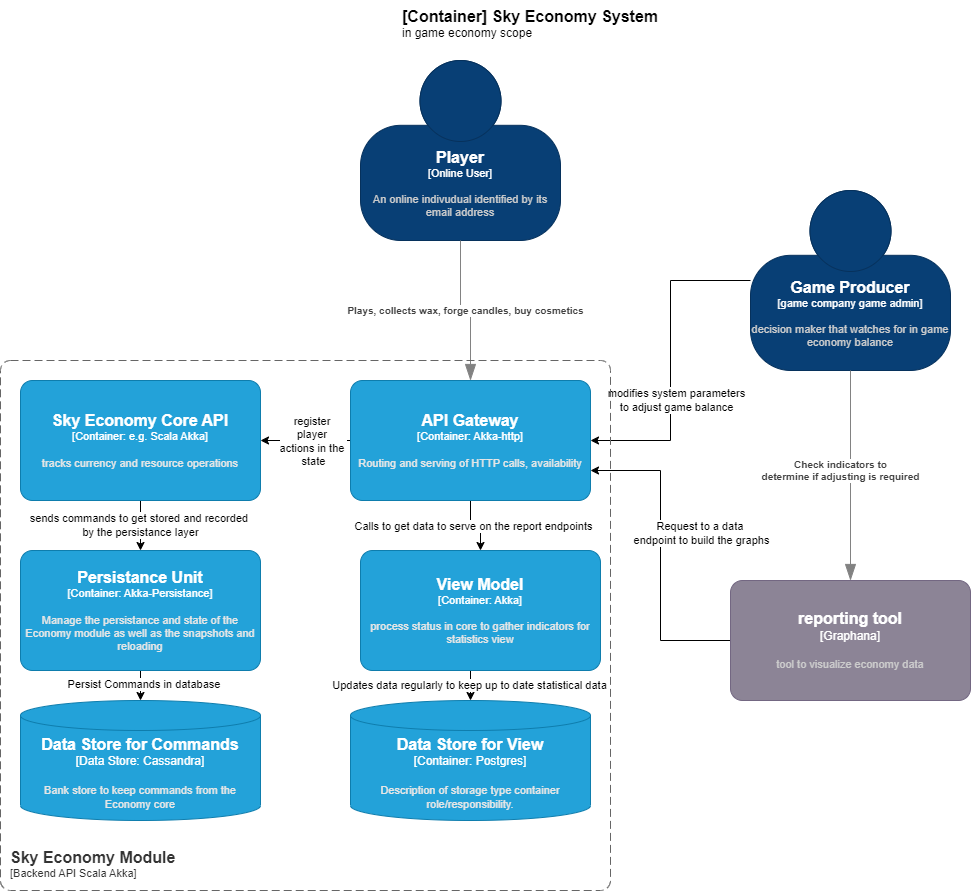
This is docs/sky-economy-system_container.drawio.png from RicardoMarcel12/sky-economy-module, a draw.io export, as it was before one commit. Source tidied: cells renumbered, new cells last; positions are measured from the earlier drawing's top-left corner, leaving out a move shared by most shapes.
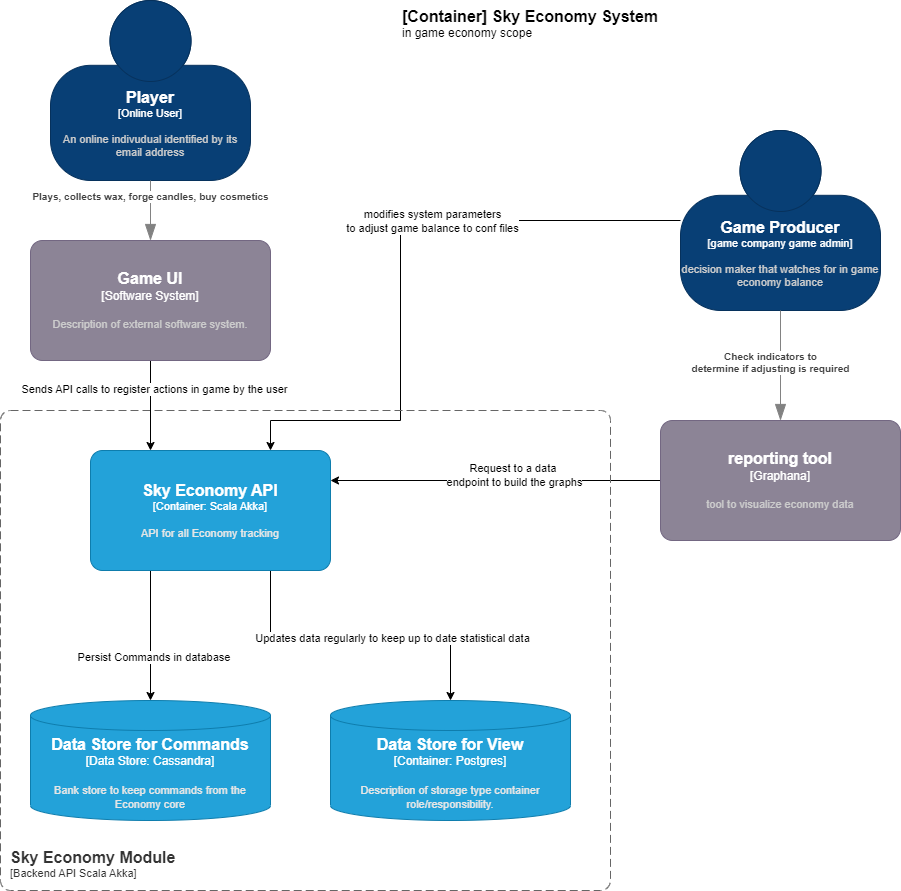
The same diagram one commit later.

The edit, as a diff of the source:
```diff
@@ -4,20 +4,26 @@
     <mxCell id="1" parent="0" />
     <object id="2" label="&lt;font style=&quot;font-size: 16px&quot;&gt;&lt;b&gt;%c4Name%&lt;/b&gt;&lt;/font&gt;&lt;div&gt;[%c4Type%]&lt;/div&gt;&lt;br&gt;&lt;div&gt;&lt;font style=&quot;font-size: 11px&quot;&gt;&lt;font color=&quot;#cccccc&quot;&gt;%c4Description%&lt;/font&gt;&lt;/div&gt;" c4Description="An online indivudual identified by its email address" c4Name="Player" c4Type="Online User" placeholders="1">
       <mxCell style="html=1;fontSize=11;dashed=0;whiteSpace=wrap;fillColor=#083F75;strokeColor=#06315C;fontColor=#ffffff;shape=mxgraph.c4.person2;align=center;points=[[0.5,0,0],[1,0.5,0],[1,0.75,0],[0.75,1,0],[0.5,1,0],[0.25,1,0],[0,0.75,0],[0,0.5,0]];" parent="1" vertex="1">
-        <mxGeometry x="360" y="60" width="200" height="180" as="geometry" />
+        <mxGeometry x="50" width="200" height="180" as="geometry" />
       </mxCell>
     </object>
-    <mxCell id="3" style="edgeStyle=orthogonalEdgeStyle;rounded=0;jettySize=auto;html=1;entryX=1;entryY=0.5;entryDx=0;entryDy=0;entryPerimeter=0;" parent="1" edge="1" source="5" target="23">
-      <mxGeometry relative="1" as="geometry" />
+    <mxCell id="3" style="edgeStyle=orthogonalEdgeStyle;rounded=0;jettySize=auto;html=1;entryX=0.75;entryY=0;entryDx=0;entryDy=0;entryPerimeter=0;" parent="1" edge="1" source="5" target="29">
+      <mxGeometry relative="1" as="geometry">
+        <Array as="points">
+          <mxPoint x="400" y="220" />
+          <mxPoint x="400" y="420" />
+          <mxPoint x="270" y="420" />
+        </Array>
+      </mxGeometry>
     </mxCell>
-    <mxCell id="4" value="modifies system parameters &lt;br&gt;to adjust game balance" style="edgeLabel;html=1;align=center;verticalAlign=middle;" parent="3" vertex="1">
+    <mxCell id="4" value="modifies system parameters &lt;br&gt;to adjust game balance to conf files" style="edgeLabel;html=1;align=center;verticalAlign=middle;" parent="3" vertex="1">
       <mxGeometry x="-0.17" relative="1" as="geometry">
-        <mxPoint x="5" y="66" as="offset" />
+        <mxPoint x="17" as="offset" />
       </mxGeometry>
     </mxCell>
     <object id="5" label="&lt;font style=&quot;font-size: 16px&quot;&gt;&lt;b&gt;%c4Name%&lt;/b&gt;&lt;/font&gt;&lt;div&gt;[%c4Type%]&lt;/div&gt;&lt;br&gt;&lt;div&gt;&lt;font style=&quot;font-size: 11px&quot;&gt;&lt;font color=&quot;#cccccc&quot;&gt;%c4Description%&lt;/font&gt;&lt;/div&gt;" c4Description="decision maker that watches for in game economy balance" c4Name="Game Producer" c4Type="game company game admin" placeholders="1">
       <mxCell style="html=1;fontSize=11;dashed=0;whiteSpace=wrap;fillColor=#083F75;strokeColor=#06315C;fontColor=#ffffff;shape=mxgraph.c4.person2;align=center;points=[[0.5,0,0],[1,0.5,0],[1,0.75,0],[0.75,1,0],[0.5,1,0],[0.25,1,0],[0,0.75,0],[0,0.5,0]];" parent="1" vertex="1">
-        <mxGeometry x="750" y="190" width="200" height="180" as="geometry" />
+        <mxGeometry x="680" y="130" width="200" height="180" as="geometry" />
       </mxCell>
     </object>
     <object id="6" label="&lt;font style=&quot;font-size: 16px&quot;&gt;&lt;b&gt;&lt;div style=&quot;text-align: left&quot;&gt;%c4Name%&lt;/div&gt;&lt;/b&gt;&lt;/font&gt;&lt;div style=&quot;text-align: left&quot;&gt;%c4Description%&lt;/div&gt;" c4Description="in game economy scope" c4Name="[Container] Sky Economy System" c4Type="ContainerScopeBoundary" placeholders="1">
@@ -25,7 +31,7 @@
         <mxGeometry x="400" width="420" height="40" as="geometry" />
       </mxCell>
     </object>
-    <mxCell id="7" style="edgeStyle=orthogonalEdgeStyle;rounded=0;jettySize=auto;html=1;exitX=0;exitY=0.5;exitDx=0;exitDy=0;exitPerimeter=0;entryX=1;entryY=0.75;entryDx=0;entryDy=0;entryPerimeter=0;" parent="1" edge="1" source="9" target="23">
+    <mxCell id="7" style="edgeStyle=orthogonalEdgeStyle;rounded=0;jettySize=auto;html=1;exitX=0;exitY=0.5;exitDx=0;exitDy=0;exitPerimeter=0;entryX=1;entryY=0.25;entryDx=0;entryDy=0;entryPerimeter=0;" parent="1" edge="1" source="9" target="29">
       <mxGeometry relative="1" as="geometry" />
     </mxCell>
     <mxCell id="8" value="Request to a data&amp;nbsp;&lt;br&gt;endpoint to build the graphs" style="edgeLabel;html=1;align=center;verticalAlign=middle;" parent="7" vertex="1">
@@ -35,12 +41,12 @@
     </mxCell>
     <object id="9" label="&lt;font style=&quot;font-size: 16px&quot;&gt;&lt;b&gt;%c4Name%&lt;/b&gt;&lt;/font&gt;&lt;div&gt;[%c4Type%]&lt;/div&gt;&lt;br&gt;&lt;div&gt;&lt;font style=&quot;font-size: 11px&quot;&gt;&lt;font color=&quot;#cccccc&quot;&gt;%c4Description%&lt;/font&gt;&lt;/div&gt;" c4Description="tool to visualize economy data " c4Name="reporting tool" c4Type="Graphana" placeholders="1">
       <mxCell style="rounded=1;whiteSpace=wrap;html=1;labelBackgroundColor=none;fillColor=#8C8496;fontColor=#ffffff;align=center;arcSize=10;strokeColor=#736782;points=[[0.25,0,0],[0.5,0,0],[0.75,0,0],[1,0.25,0],[1,0.5,0],[1,0.75,0],[0.75,1,0],[0.5,1,0],[0.25,1,0],[0,0.75,0],[0,0.5,0],[0,0.25,0]];" parent="1" vertex="1">
-        <mxGeometry x="730" y="580" width="240" height="120" as="geometry" />
+        <mxGeometry x="660" y="420" width="240" height="120" as="geometry" />
       </mxCell>
     </object>
     <object id="10" label="&lt;div style=&quot;text-align: left&quot;&gt;&lt;div style=&quot;text-align: center&quot;&gt;&lt;b&gt;%c4Description%&lt;/b&gt;&lt;/div&gt;" c4Description="Plays, collects wax, forge candles, buy cosmetics" c4Type="Relationship" placeholders="1">
-      <mxCell style="endArrow=blockThin;html=1;fontSize=10;fontColor=#404040;strokeWidth=1;endFill=1;strokeColor=#828282;elbow=vertical;endSize=14;startSize=14;jumpStyle=arc;jumpSize=16;rounded=0;edgeStyle=orthogonalEdgeStyle;exitX=0.5;exitY=1;exitDx=0;exitDy=0;exitPerimeter=0;entryX=0.5;entryY=0;entryDx=0;entryDy=0;entryPerimeter=0;" parent="1" edge="1" source="2" target="23">
-        <mxGeometry relative="1" as="geometry" />
+      <mxCell style="endArrow=blockThin;html=1;fontSize=10;fontColor=#404040;strokeWidth=1;endFill=1;strokeColor=#828282;elbow=vertical;endSize=14;startSize=14;jumpStyle=arc;jumpSize=16;rounded=0;edgeStyle=orthogonalEdgeStyle;exitX=0.5;exitY=1;exitDx=0;exitDy=0;exitPerimeter=0;" parent="1" edge="1" source="2" target="32">
+        <mxGeometry x="-0.47" relative="1" as="geometry" />
       </mxCell>
     </object>
     <object id="11" label="&lt;div style=&quot;text-align: left&quot;&gt;&lt;div style=&quot;text-align: center&quot;&gt;&lt;b&gt;%c4Description%&lt;/b&gt;&lt;/div&gt;" c4Description="Check indicators to &#10;determine if adjusting is required" c4Type="Relationship" placeholders="1">
@@ -50,68 +56,70 @@
     </object>
     <object id="12" label="&lt;font style=&quot;font-size: 16px&quot;&gt;&lt;b&gt;&lt;div style=&quot;text-align: left&quot;&gt;%c4Name%&lt;/div&gt;&lt;/b&gt;&lt;/font&gt;&lt;div style=&quot;text-align: left&quot;&gt;[%c4Application%]&lt;/div&gt;" c4Application="Backend API Scala Akka" c4Name="Sky Economy Module" c4Type="SystemScopeBoundary" placeholders="1">
       <mxCell style="rounded=1;fontSize=11;whiteSpace=wrap;html=1;dashed=1;arcSize=20;fillColor=none;strokeColor=#666666;fontColor=#333333;labelBackgroundColor=none;align=left;verticalAlign=bottom;labelBorderColor=none;spacingTop=0;spacing=10;dashPattern=8 4;perimeter=rectanglePerimeter;noLabel=0;labelPadding=0;absoluteArcSize=1;" parent="1" vertex="1">
-        <mxGeometry y="360" width="610" height="530" as="geometry" />
+        <mxGeometry y="410" width="610" height="480" as="geometry" />
       </mxCell>
     </object>
-    <mxCell id="13" style="edgeStyle=orthogonalEdgeStyle;rounded=0;jettySize=auto;html=1;exitX=0.5;exitY=1;exitDx=0;exitDy=0;exitPerimeter=0;entryX=0.5;entryY=0;entryDx=0;entryDy=0;entryPerimeter=0;" parent="1" edge="1" source="15" target="18">
-      <mxGeometry relative="1" as="geometry" />
+    <mxCell id="13" style="edgeStyle=orthogonalEdgeStyle;rounded=0;orthogonalLoop=1;jettySize=auto;html=1;exitX=0.5;exitY=1;exitDx=0;exitDy=0;exitPerimeter=0;entryX=0.5;entryY=0;entryDx=0;entryDy=0;entryPerimeter=0;" parent="1" edge="1">
+      <mxGeometry relative="1" as="geometry">
+        <mxPoint x="140" y="500" as="sourcePoint" />
+      </mxGeometry>
     </mxCell>
     <mxCell id="14" value="sends commands to get stored and recorded&amp;nbsp;&lt;br&gt;by the persistance layer" style="edgeLabel;html=1;align=center;verticalAlign=middle;" parent="13" vertex="1">
       <mxGeometry x="-0.04" y="-1" relative="1" as="geometry" />
     </mxCell>
-    <object id="15" label="&lt;font style=&quot;font-size: 16px&quot;&gt;&lt;b&gt;%c4Name%&lt;/b&gt;&lt;/font&gt;&lt;div&gt;[%c4Type%: %c4Technology%]&lt;/div&gt;&lt;br&gt;&lt;div&gt;&lt;font style=&quot;font-size: 11px&quot;&gt;&lt;font color=&quot;#E6E6E6&quot;&gt;%c4Description%&lt;/font&gt;&lt;/div&gt;" c4Description="tracks currency and resource operations " c4Name="Sky Economy Core API" c4Technology="e.g. Scala Akka" c4Type="Container" placeholders="1">
-      <mxCell style="rounded=1;whiteSpace=wrap;html=1;fontSize=11;labelBackgroundColor=none;fillColor=#23A2D9;fontColor=#ffffff;align=center;arcSize=10;strokeColor=#0E7DAD;points=[[0.25,0,0],[0.5,0,0],[0.75,0,0],[1,0.25,0],[1,0.5,0],[1,0.75,0],[0.75,1,0],[0.5,1,0],[0.25,1,0],[0,0.75,0],[0,0.5,0],[0,0.25,0]];" parent="1" vertex="1">
-        <mxGeometry x="20" y="380" width="240" height="120" as="geometry" />
-      </mxCell>
-    </object>
-    <mxCell id="16" style="edgeStyle=orthogonalEdgeStyle;rounded=0;jettySize=auto;html=1;exitX=0.5;exitY=1;exitDx=0;exitDy=0;exitPerimeter=0;" parent="1" edge="1" source="18" target="27">
+    <mxCell id="16" style="edgeStyle=orthogonalEdgeStyle;rounded=0;jettySize=auto;html=1;exitX=0.25;exitY=1;exitDx=0;exitDy=0;exitPerimeter=0;" parent="1" edge="1" source="29" target="27">
       <mxGeometry relative="1" as="geometry" />
     </mxCell>
     <mxCell id="17" value="Persist Commands in database&amp;nbsp;" style="edgeLabel;html=1;align=center;verticalAlign=middle;" parent="16" vertex="1">
       <mxGeometry x="0.32" y="4" relative="1" as="geometry" />
     </mxCell>
-    <object id="18" label="&lt;font style=&quot;font-size: 16px&quot;&gt;&lt;b&gt;%c4Name%&lt;/b&gt;&lt;/font&gt;&lt;div&gt;[%c4Type%: %c4Technology%]&lt;/div&gt;&lt;br&gt;&lt;div&gt;&lt;font style=&quot;font-size: 11px&quot;&gt;&lt;font color=&quot;#E6E6E6&quot;&gt;%c4Description%&lt;/font&gt;&lt;/div&gt;" c4Description="Manage the persistance and state of the Economy module as well as the snapshots and reloading" c4Name="Persistance Unit" c4Technology="Akka-Persistance" c4Type="Container" placeholders="1">
-      <mxCell style="rounded=1;whiteSpace=wrap;html=1;fontSize=11;labelBackgroundColor=none;fillColor=#23A2D9;fontColor=#ffffff;align=center;arcSize=10;strokeColor=#0E7DAD;points=[[0.25,0,0],[0.5,0,0],[0.75,0,0],[1,0.25,0],[1,0.5,0],[1,0.75,0],[0.75,1,0],[0.5,1,0],[0.25,1,0],[0,0.75,0],[0,0.5,0],[0,0.25,0]];" parent="1" vertex="1">
-        <mxGeometry x="20" y="550" width="240" height="120" as="geometry" />
-      </mxCell>
-    </object>
-    <mxCell id="19" style="edgeStyle=orthogonalEdgeStyle;rounded=0;jettySize=auto;html=1;exitX=0.5;exitY=1;exitDx=0;exitDy=0;exitPerimeter=0;entryX=0.5;entryY=0;entryDx=0;entryDy=0;entryPerimeter=0;" parent="1" edge="1" source="23" target="26">
-      <mxGeometry relative="1" as="geometry" />
+    <mxCell id="19" style="edgeStyle=orthogonalEdgeStyle;rounded=0;orthogonalLoop=1;jettySize=auto;html=1;exitX=0.5;exitY=1;exitDx=0;exitDy=0;exitPerimeter=0;entryX=0.5;entryY=0;entryDx=0;entryDy=0;entryPerimeter=0;" parent="1" edge="1">
+      <mxGeometry relative="1" as="geometry">
+        <mxPoint x="470" y="500" as="sourcePoint" />
+      </mxGeometry>
     </mxCell>
     <mxCell id="20" value="Calls to get data to serve on the report endpoints" style="edgeLabel;html=1;align=center;verticalAlign=middle;" parent="19" vertex="1">
       <mxGeometry x="-0.1" relative="1" as="geometry" />
     </mxCell>
-    <mxCell id="21" style="edgeStyle=orthogonalEdgeStyle;rounded=0;jettySize=auto;html=1;exitX=0;exitY=0.5;exitDx=0;exitDy=0;exitPerimeter=0;entryX=1;entryY=0.5;entryDx=0;entryDy=0;entryPerimeter=0;" parent="1" edge="1" source="23" target="15">
-      <mxGeometry relative="1" as="geometry" />
+    <mxCell id="21" style="edgeStyle=orthogonalEdgeStyle;rounded=0;orthogonalLoop=1;jettySize=auto;html=1;exitX=0;exitY=0.5;exitDx=0;exitDy=0;exitPerimeter=0;entryX=1;entryY=0.5;entryDx=0;entryDy=0;entryPerimeter=0;" parent="1" edge="1">
+      <mxGeometry relative="1" as="geometry">
+        <mxPoint x="260" y="440" as="targetPoint" />
+      </mxGeometry>
     </mxCell>
     <mxCell id="22" value="register&amp;nbsp;&lt;br&gt;player&amp;nbsp;&lt;br&gt;actions in the&amp;nbsp;&lt;br&gt;state" style="edgeLabel;html=1;align=center;verticalAlign=middle;" parent="21" vertex="1">
       <mxGeometry x="-0.16" relative="1" as="geometry" />
     </mxCell>
-    <object id="23" label="&lt;font style=&quot;font-size: 16px&quot;&gt;&lt;b&gt;%c4Name%&lt;/b&gt;&lt;/font&gt;&lt;div&gt;[%c4Type%: %c4Technology%]&lt;/div&gt;&lt;br&gt;&lt;div&gt;&lt;font style=&quot;font-size: 11px&quot;&gt;&lt;font color=&quot;#E6E6E6&quot;&gt;%c4Description%&lt;/font&gt;&lt;/div&gt;" c4Description="Routing and serving of HTTP calls, availability" c4Name="API Gateway" c4Technology="Akka-http" c4Type="Container" placeholders="1">
-      <mxCell style="rounded=1;whiteSpace=wrap;html=1;fontSize=11;labelBackgroundColor=none;fillColor=#23A2D9;fontColor=#ffffff;align=center;arcSize=10;strokeColor=#0E7DAD;points=[[0.25,0,0],[0.5,0,0],[0.75,0,0],[1,0.25,0],[1,0.5,0],[1,0.75,0],[0.75,1,0],[0.5,1,0],[0.25,1,0],[0,0.75,0],[0,0.5,0],[0,0.25,0]];" parent="1" vertex="1">
-        <mxGeometry x="350" y="380" width="240" height="120" as="geometry" />
-      </mxCell>
-    </object>
-    <mxCell id="24" style="edgeStyle=orthogonalEdgeStyle;rounded=0;jettySize=auto;html=1;exitX=0.5;exitY=1;exitDx=0;exitDy=0;exitPerimeter=0;entryX=0.5;entryY=0;entryDx=0;entryDy=0;entryPerimeter=0;" parent="1" edge="1" source="26" target="28">
+    <mxCell id="24" style="edgeStyle=orthogonalEdgeStyle;rounded=0;jettySize=auto;html=1;exitX=0.75;exitY=1;exitDx=0;exitDy=0;exitPerimeter=0;entryX=0.5;entryY=0;entryDx=0;entryDy=0;entryPerimeter=0;" parent="1" edge="1" source="29" target="28">
       <mxGeometry relative="1" as="geometry" />
     </mxCell>
     <mxCell id="25" value="Updates data regularly to keep up to date statistical data" style="edgeLabel;html=1;align=center;verticalAlign=middle;" parent="24" vertex="1">
       <mxGeometry x="0.2" y="-2" relative="1" as="geometry" />
     </mxCell>
-    <object id="26" label="&lt;font style=&quot;font-size: 16px&quot;&gt;&lt;b&gt;%c4Name%&lt;/b&gt;&lt;/font&gt;&lt;div&gt;[%c4Type%: %c4Technology%]&lt;/div&gt;&lt;br&gt;&lt;div&gt;&lt;font style=&quot;font-size: 11px&quot;&gt;&lt;font color=&quot;#E6E6E6&quot;&gt;%c4Description%&lt;/font&gt;&lt;/div&gt;" c4Description="process status in core to gather indicators for statistics view" c4Name="View Model" c4Technology="Akka" c4Type="Container" placeholders="1">
-      <mxCell style="rounded=1;whiteSpace=wrap;html=1;fontSize=11;labelBackgroundColor=none;fillColor=#23A2D9;fontColor=#ffffff;align=center;arcSize=10;strokeColor=#0E7DAD;points=[[0.25,0,0],[0.5,0,0],[0.75,0,0],[1,0.25,0],[1,0.5,0],[1,0.75,0],[0.75,1,0],[0.5,1,0],[0.25,1,0],[0,0.75,0],[0,0.5,0],[0,0.25,0]];" parent="1" vertex="1">
-        <mxGeometry x="360" y="550" width="240" height="120" as="geometry" />
-      </mxCell>
-    </object>
     <object id="27" label="&lt;font style=&quot;font-size: 16px&quot;&gt;&lt;b&gt;%c4Type%&lt;/b&gt;&lt;/font&gt;&lt;div&gt;[%c4Container%:&amp;nbsp;%c4Technology%]&lt;/div&gt;&lt;br&gt;&lt;div&gt;&lt;font style=&quot;font-size: 11px&quot;&gt;&lt;font color=&quot;#E6E6E6&quot;&gt;%c4Description%&lt;/font&gt;&lt;/div&gt;" c4Container="Data Store" c4Description="Bank store to keep commands from the Economy core" c4Technology="Cassandra" c4Type="Data Store for Commands" placeholders="1">
       <mxCell style="shape=cylinder3;size=15;whiteSpace=wrap;html=1;boundedLbl=1;rounded=0;labelBackgroundColor=none;fillColor=#23A2D9;fontSize=12;fontColor=#ffffff;align=center;strokeColor=#0E7DAD;points=[[0.5,0,0],[1,0.25,0],[1,0.5,0],[1,0.75,0],[0.5,1,0],[0,0.75,0],[0,0.5,0],[0,0.25,0]];" parent="1" vertex="1">
-        <mxGeometry x="20" y="700" width="240" height="120" as="geometry" />
+        <mxGeometry x="30" y="700" width="240" height="120" as="geometry" />
       </mxCell>
     </object>
     <object id="28" label="&lt;font style=&quot;font-size: 16px&quot;&gt;&lt;b&gt;%c4Type%&lt;/b&gt;&lt;/font&gt;&lt;div&gt;[%c4Container%:&amp;nbsp;%c4Technology%]&lt;/div&gt;&lt;br&gt;&lt;div&gt;&lt;font style=&quot;font-size: 11px&quot;&gt;&lt;font color=&quot;#E6E6E6&quot;&gt;%c4Description%&lt;/font&gt;&lt;/div&gt;" c4Container="Container" c4Description="Description of storage type container role/responsibility." c4Technology="Postgres" c4Type="Data Store for View" placeholders="1">
       <mxCell style="shape=cylinder3;size=15;whiteSpace=wrap;html=1;boundedLbl=1;rounded=0;labelBackgroundColor=none;fillColor=#23A2D9;fontSize=12;fontColor=#ffffff;align=center;strokeColor=#0E7DAD;points=[[0.5,0,0],[1,0.25,0],[1,0.5,0],[1,0.75,0],[0.5,1,0],[0,0.75,0],[0,0.5,0],[0,0.25,0]];" parent="1" vertex="1">
-        <mxGeometry x="350" y="700" width="240" height="120" as="geometry" />
+        <mxGeometry x="330" y="700" width="240" height="120" as="geometry" />
       </mxCell>
     </object>
+    <object id="29" label="&lt;font style=&quot;font-size: 16px&quot;&gt;&lt;b&gt;%c4Name%&lt;/b&gt;&lt;/font&gt;&lt;div&gt;[%c4Type%: %c4Technology%]&lt;/div&gt;&lt;br&gt;&lt;div&gt;&lt;font style=&quot;font-size: 11px&quot;&gt;&lt;font color=&quot;#E6E6E6&quot;&gt;%c4Description%&lt;/font&gt;&lt;/div&gt;" c4Description="API for all Economy tracking" c4Name="Sky Economy API" c4Technology="Scala Akka" c4Type="Container" placeholders="1">
+      <mxCell style="rounded=1;whiteSpace=wrap;html=1;fontSize=11;labelBackgroundColor=none;fillColor=#23A2D9;fontColor=#ffffff;align=center;arcSize=10;strokeColor=#0E7DAD;points=[[0.25,0,0],[0.5,0,0],[0.75,0,0],[1,0.25,0],[1,0.5,0],[1,0.75,0],[0.75,1,0],[0.5,1,0],[0.25,1,0],[0,0.75,0],[0,0.5,0],[0,0.25,0]];" parent="1" vertex="1">
+        <mxGeometry x="90" y="450" width="240" height="120" as="geometry" />
+      </mxCell>
+    </object>
+    <mxCell id="30" style="edgeStyle=orthogonalEdgeStyle;rounded=0;jettySize=auto;html=1;exitX=0.5;exitY=1;exitDx=0;exitDy=0;exitPerimeter=0;entryX=0.25;entryY=0;entryDx=0;entryDy=0;entryPerimeter=0;" parent="1" edge="1" source="32" target="29">
+      <mxGeometry relative="1" as="geometry" />
+    </mxCell>
+    <mxCell id="31" value="Sends API calls to register actions in game by the user" style="edgeLabel;html=1;align=center;verticalAlign=middle;" parent="30" vertex="1">
+      <mxGeometry x="-0.37" y="3" relative="1" as="geometry" />
+    </mxCell>
+    <object id="32" label="&lt;font style=&quot;font-size: 16px&quot;&gt;&lt;b&gt;%c4Name%&lt;/b&gt;&lt;/font&gt;&lt;div&gt;[%c4Type%]&lt;/div&gt;&lt;br&gt;&lt;div&gt;&lt;font style=&quot;font-size: 11px&quot;&gt;&lt;font color=&quot;#cccccc&quot;&gt;%c4Description%&lt;/font&gt;&lt;/div&gt;" c4Description="Description of external software system." c4Name="Game UI" c4Type="Software System" placeholders="1">
+      <mxCell style="rounded=1;whiteSpace=wrap;html=1;labelBackgroundColor=none;fillColor=#8C8496;fontColor=#ffffff;align=center;arcSize=10;strokeColor=#736782;points=[[0.25,0,0],[0.5,0,0],[0.75,0,0],[1,0.25,0],[1,0.5,0],[1,0.75,0],[0.75,1,0],[0.5,1,0],[0.25,1,0],[0,0.75,0],[0,0.5,0],[0,0.25,0]];" parent="1" vertex="1">
+        <mxGeometry x="30" y="240" width="240" height="120" as="geometry" />
+      </mxCell>
+    </object>
   </root>
 </mxGraphModel>
```
